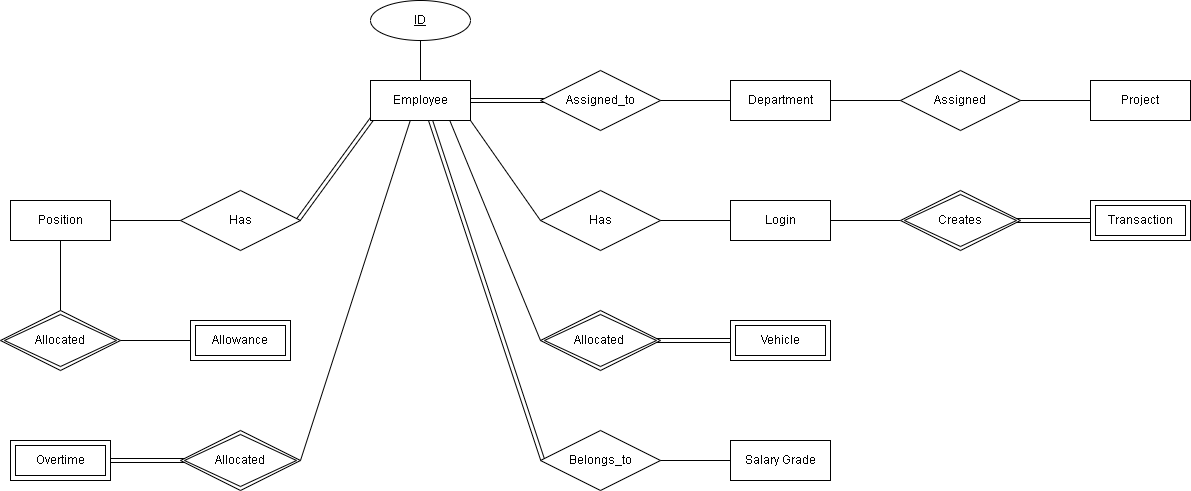
Earlier version of the draw.io export Phase 1/ERD.drawio.png (AhmedElkhashn/DB-project). Source tidied: cells renumbered, new cells last; positions are measured from the earlier drawing's top-left corner, leaving out a move shared by most shapes.
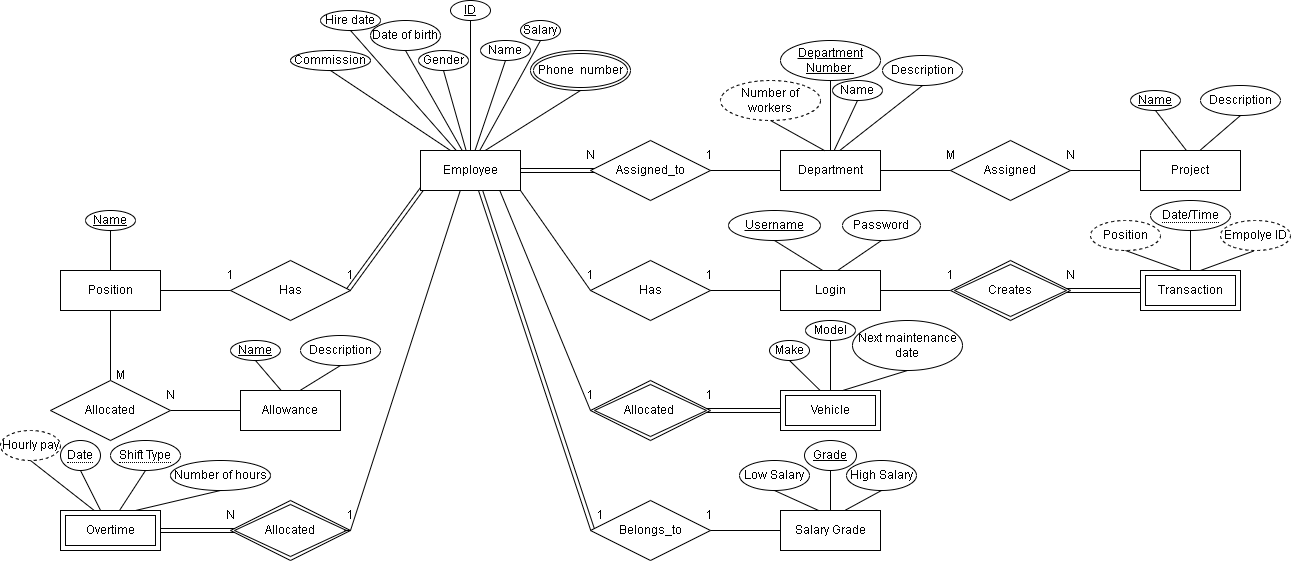
Above is the later version.

The edit, as a diff of the source:
```diff
@@ -27,3 +27,3 @@
     <mxCell id="8" value="ID" style="ellipse;whiteSpace=wrap;html=1;align=center;fontStyle=4;" parent="1" vertex="1">
-      <mxGeometry x="370" width="100" height="40" as="geometry" />
+      <mxGeometry x="400" y="-70" width="40" height="20" as="geometry" />
     </mxCell>
@@ -100,3 +100,3 @@
     </mxCell>
-    <mxCell id="31" style="endArrow=none;html=1;rounded=0;entryX=1;entryY=0.5;entryDx=0;entryDy=0;exitX=0.398;exitY=0.998;exitDx=0;exitDy=0;exitPerimeter=0;" parent="1" edge="1" source="7" target="30">
+    <mxCell id="31" style="endArrow=none;html=1;rounded=0;entryX=1;entryY=0.5;entryDx=0;entryDy=0;exitX=0.398;exitY=0.998;exitDx=0;exitDy=0;exitPerimeter=0;" parent="1" edge="1" source="118" target="30">
       <mxGeometry relative="1" as="geometry" />
@@ -109,5 +109,2 @@
     </mxCell>
-    <mxCell id="34" value="Allowance" style="shape=ext;margin=3;double=1;whiteSpace=wrap;html=1;align=center;" parent="1" vertex="1">
-      <mxGeometry x="190" y="320" width="100" height="40" as="geometry" />
-    </mxCell>
     <mxCell id="35" value="Position" style="whiteSpace=wrap;html=1;align=center;" parent="1" vertex="1">
@@ -115,5 +112,2 @@
     </mxCell>
-    <mxCell id="36" value="Allocated" style="shape=rhombus;double=1;perimeter=rhombusPerimeter;whiteSpace=wrap;html=1;align=center;" parent="1" vertex="1">
-      <mxGeometry y="310" width="120" height="60" as="geometry" />
-    </mxCell>
     <mxCell id="37" style="endArrow=none;html=1;rounded=0;exitX=0.984;exitY=0.483;exitDx=0;exitDy=0;shape=link;entryX=0.013;entryY=0.965;entryDx=0;entryDy=0;entryPerimeter=0;exitPerimeter=0;" parent="1" edge="1" source="33" target="7">
@@ -124,8 +118,268 @@
     </mxCell>
-    <mxCell id="39" style="endArrow=none;html=1;rounded=0;exitX=0.5;exitY=1;exitDx=0;exitDy=0;entryX=0.5;entryY=0;entryDx=0;entryDy=0;" parent="1" edge="1" source="35" target="36">
-      <mxGeometry relative="1" as="geometry" />
+    <mxCell id="39" style="endArrow=none;html=1;rounded=0;exitX=0.5;exitY=1;exitDx=0;exitDy=0;entryX=0.5;entryY=0;entryDx=0;entryDy=0;" parent="1" edge="1" source="35">
+      <mxGeometry relative="1" as="geometry">
+        <mxPoint x="60" y="310" as="targetPoint" />
+      </mxGeometry>
     </mxCell>
-    <mxCell id="40" style="endArrow=none;html=1;rounded=0;exitX=1;exitY=0.5;exitDx=0;exitDy=0;entryX=0;entryY=0.5;entryDx=0;entryDy=0;" parent="1" edge="1" source="36" target="34">
-      <mxGeometry relative="1" as="geometry" />
+    <mxCell id="40" style="endArrow=none;html=1;rounded=0;exitX=1;exitY=0.5;exitDx=0;exitDy=0;entryX=0;entryY=0.5;entryDx=0;entryDy=0;" parent="1" edge="1">
+      <mxGeometry relative="1" as="geometry">
+        <mxPoint x="120" y="340" as="sourcePoint" />
+        <mxPoint x="190" y="340" as="targetPoint" />
+      </mxGeometry>
     </mxCell>
+    <mxCell id="41" value="Name" style="ellipse;whiteSpace=wrap;html=1;align=center;" parent="1" vertex="1">
+      <mxGeometry x="430" y="-30" width="50" height="20" as="geometry" />
+    </mxCell>
+    <mxCell id="42" value="Hire date" style="ellipse;whiteSpace=wrap;html=1;align=center;" parent="1" vertex="1">
+      <mxGeometry x="270" y="-60" width="60" height="20" as="geometry" />
+    </mxCell>
+    <mxCell id="43" value="Date of birth" style="ellipse;whiteSpace=wrap;html=1;align=center;" parent="1" vertex="1">
+      <mxGeometry x="320" y="-50" width="70" height="30" as="geometry" />
+    </mxCell>
+    <mxCell id="44" value="Phone&amp;nbsp; number" style="ellipse;shape=doubleEllipse;margin=3;whiteSpace=wrap;html=1;align=center;" parent="1" vertex="1">
+      <mxGeometry x="480" y="-20" width="100" height="40" as="geometry" />
+    </mxCell>
+    <mxCell id="45" value="Gender" style="ellipse;whiteSpace=wrap;html=1;align=center;" parent="1" vertex="1">
+      <mxGeometry x="368" y="-20" width="50" height="20" as="geometry" />
+    </mxCell>
+    <mxCell id="46" value="Salary" style="ellipse;whiteSpace=wrap;html=1;align=center;" parent="1" vertex="1">
+      <mxGeometry x="470" y="-50" width="40" height="20" as="geometry" />
+    </mxCell>
+    <mxCell id="47" value="Commission" style="ellipse;whiteSpace=wrap;html=1;align=center;" parent="1" vertex="1">
+      <mxGeometry x="240" y="-20" width="80" height="20" as="geometry" />
+    </mxCell>
+    <mxCell id="48" style="endArrow=none;html=1;rounded=0;exitX=0.5;exitY=1;exitDx=0;exitDy=0;entryX=0.545;entryY=0.004;entryDx=0;entryDy=0;entryPerimeter=0;" parent="1" edge="1" source="41" target="7">
+      <mxGeometry relative="1" as="geometry" />
+    </mxCell>
+    <mxCell id="49" style="endArrow=none;html=1;rounded=0;exitX=0.5;exitY=1;exitDx=0;exitDy=0;entryX=0.592;entryY=0.003;entryDx=0;entryDy=0;entryPerimeter=0;" parent="1" edge="1" source="46" target="7">
+      <mxGeometry relative="1" as="geometry" />
+    </mxCell>
+    <mxCell id="50" style="endArrow=none;html=1;rounded=0;exitX=0.5;exitY=1;exitDx=0;exitDy=0;entryX=0.415;entryY=-0.008;entryDx=0;entryDy=0;entryPerimeter=0;" parent="1" edge="1" source="43" target="7">
+      <mxGeometry relative="1" as="geometry" />
+    </mxCell>
+    <mxCell id="51" style="endArrow=none;html=1;rounded=0;exitX=0.5;exitY=1;exitDx=0;exitDy=0;entryX=0.455;entryY=-0.008;entryDx=0;entryDy=0;entryPerimeter=0;" parent="1" edge="1" source="45" target="7">
+      <mxGeometry relative="1" as="geometry" />
+    </mxCell>
+    <mxCell id="52" style="endArrow=none;html=1;rounded=0;exitX=0.652;exitY=-0.008;exitDx=0;exitDy=0;exitPerimeter=0;entryX=0.5;entryY=1;entryDx=0;entryDy=0;" parent="1" edge="1" source="7" target="44">
+      <mxGeometry relative="1" as="geometry" />
+    </mxCell>
+    <mxCell id="53" style="endArrow=none;html=1;rounded=0;exitX=0.5;exitY=1;exitDx=0;exitDy=0;entryX=0.355;entryY=-0.008;entryDx=0;entryDy=0;entryPerimeter=0;" parent="1" edge="1" source="42" target="7">
+      <mxGeometry relative="1" as="geometry" />
+    </mxCell>
+    <mxCell id="54" style="endArrow=none;html=1;rounded=0;exitX=0.5;exitY=1;exitDx=0;exitDy=0;entryX=0.3;entryY=0;entryDx=0;entryDy=0;entryPerimeter=0;" parent="1" edge="1" source="47" target="7">
+      <mxGeometry relative="1" as="geometry" />
+    </mxCell>
+    <mxCell id="55" value="Department Number&amp;nbsp;" style="ellipse;whiteSpace=wrap;html=1;align=center;fontStyle=4;" parent="1" vertex="1">
+      <mxGeometry x="730" y="-30" width="100" height="40" as="geometry" />
+    </mxCell>
+    <mxCell id="56" style="endArrow=none;html=1;rounded=0;entryX=0.5;entryY=1;entryDx=0;entryDy=0;exitX=0.5;exitY=0;exitDx=0;exitDy=0;" parent="1" edge="1" source="12" target="55">
+      <mxGeometry relative="1" as="geometry" />
+    </mxCell>
+    <mxCell id="57" value="Description" style="ellipse;whiteSpace=wrap;html=1;align=center;" parent="1" vertex="1">
+      <mxGeometry x="832" y="-15" width="80" height="30" as="geometry" />
+    </mxCell>
+    <mxCell id="58" value="Name" style="ellipse;whiteSpace=wrap;html=1;align=center;" parent="1" vertex="1">
+      <mxGeometry x="782" y="10" width="50" height="20" as="geometry" />
+    </mxCell>
+    <mxCell id="59" value="Number of workers" style="ellipse;whiteSpace=wrap;html=1;align=center;dashed=1;" parent="1" vertex="1">
+      <mxGeometry x="670" y="10" width="100" height="40" as="geometry" />
+    </mxCell>
+    <mxCell id="60" style="endArrow=none;html=1;rounded=0;exitX=0.5;exitY=1;exitDx=0;exitDy=0;entryX=0.442;entryY=0.004;entryDx=0;entryDy=0;entryPerimeter=0;" parent="1" edge="1" source="59" target="12">
+      <mxGeometry relative="1" as="geometry" />
+    </mxCell>
+    <mxCell id="61" style="endArrow=none;html=1;rounded=0;entryX=0.5;entryY=1;entryDx=0;entryDy=0;exitX=0.536;exitY=0.004;exitDx=0;exitDy=0;exitPerimeter=0;" parent="1" edge="1" source="12" target="58">
+      <mxGeometry relative="1" as="geometry" />
+    </mxCell>
+    <mxCell id="62" style="endArrow=none;html=1;rounded=0;entryX=0.5;entryY=1;entryDx=0;entryDy=0;exitX=0.594;exitY=-0.003;exitDx=0;exitDy=0;exitPerimeter=0;" parent="1" edge="1" source="12" target="57">
+      <mxGeometry relative="1" as="geometry" />
+    </mxCell>
+    <mxCell id="63" value="Name" style="ellipse;whiteSpace=wrap;html=1;align=center;fontStyle=4;" parent="1" vertex="1">
+      <mxGeometry x="1080" y="20" width="50" height="20" as="geometry" />
+    </mxCell>
+    <mxCell id="64" value="Description" style="ellipse;whiteSpace=wrap;html=1;align=center;" parent="1" vertex="1">
+      <mxGeometry x="1150" y="15" width="80" height="30" as="geometry" />
+    </mxCell>
+    <mxCell id="65" style="endArrow=none;html=1;rounded=0;exitX=0.5;exitY=1;exitDx=0;exitDy=0;entryX=0.456;entryY=-0.01;entryDx=0;entryDy=0;entryPerimeter=0;" parent="1" edge="1" source="63" target="16">
+      <mxGeometry relative="1" as="geometry" />
+    </mxCell>
+    <mxCell id="66" style="endArrow=none;html=1;rounded=0;exitX=0.5;exitY=1;exitDx=0;exitDy=0;entryX=0.593;entryY=0.001;entryDx=0;entryDy=0;entryPerimeter=0;" parent="1" edge="1" source="64" target="16">
+      <mxGeometry relative="1" as="geometry" />
+    </mxCell>
+    <mxCell id="67" value="Password" style="ellipse;whiteSpace=wrap;html=1;align=center;" parent="1" vertex="1">
+      <mxGeometry x="792" y="140" width="78" height="30" as="geometry" />
+    </mxCell>
+    <mxCell id="68" value="Username" style="ellipse;whiteSpace=wrap;html=1;align=center;fontStyle=4;" parent="1" vertex="1">
+      <mxGeometry x="678" y="140" width="92" height="30" as="geometry" />
+    </mxCell>
+    <mxCell id="69" style="endArrow=none;html=1;rounded=0;exitX=0.5;exitY=1;exitDx=0;exitDy=0;entryX=0.417;entryY=-0.008;entryDx=0;entryDy=0;entryPerimeter=0;" parent="1" edge="1" source="68" target="19">
+      <mxGeometry relative="1" as="geometry" />
+    </mxCell>
+    <mxCell id="70" style="endArrow=none;html=1;rounded=0;entryX=0.5;entryY=1;entryDx=0;entryDy=0;exitX=0.572;exitY=-0.001;exitDx=0;exitDy=0;exitPerimeter=0;" parent="1" edge="1" source="19" target="67">
+      <mxGeometry relative="1" as="geometry" />
+    </mxCell>
+    <mxCell id="71" value="Grade" style="ellipse;whiteSpace=wrap;html=1;align=center;fontStyle=4;" parent="1" vertex="1">
+      <mxGeometry x="754" y="370" width="52" height="30" as="geometry" />
+    </mxCell>
+    <mxCell id="72" style="endArrow=none;html=1;rounded=0;exitX=0.5;exitY=1;exitDx=0;exitDy=0;entryX=0.5;entryY=0;entryDx=0;entryDy=0;" parent="1" edge="1" source="71" target="27">
+      <mxGeometry relative="1" as="geometry" />
+    </mxCell>
+    <mxCell id="73" value="High Salary" style="ellipse;whiteSpace=wrap;html=1;align=center;" parent="1" vertex="1">
+      <mxGeometry x="796" y="390" width="70" height="30" as="geometry" />
+    </mxCell>
+    <mxCell id="74" value="Low Salary" style="ellipse;whiteSpace=wrap;html=1;align=center;" parent="1" vertex="1">
+      <mxGeometry x="689" y="390" width="70" height="30" as="geometry" />
+    </mxCell>
+    <mxCell id="75" style="endArrow=none;html=1;rounded=0;exitX=0.5;exitY=1;exitDx=0;exitDy=0;entryX=0.383;entryY=0.002;entryDx=0;entryDy=0;entryPerimeter=0;" parent="1" edge="1" source="74" target="27">
+      <mxGeometry relative="1" as="geometry" />
+    </mxCell>
+    <mxCell id="76" style="endArrow=none;html=1;rounded=0;exitX=0.5;exitY=1;exitDx=0;exitDy=0;entryX=0.641;entryY=0.002;entryDx=0;entryDy=0;entryPerimeter=0;" parent="1" edge="1" source="73" target="27">
+      <mxGeometry relative="1" as="geometry" />
+    </mxCell>
+    <mxCell id="77" value="Make" style="ellipse;whiteSpace=wrap;html=1;align=center;" parent="1" vertex="1">
+      <mxGeometry x="719" y="270" width="40" height="20" as="geometry" />
+    </mxCell>
+    <mxCell id="78" value="Model" style="ellipse;whiteSpace=wrap;html=1;align=center;" parent="1" vertex="1">
+      <mxGeometry x="755" y="250" width="50" height="20" as="geometry" />
+    </mxCell>
+    <mxCell id="79" value="Next maintenance date" style="ellipse;whiteSpace=wrap;html=1;align=center;" parent="1" vertex="1">
+      <mxGeometry x="802" y="250" width="110" height="50" as="geometry" />
+    </mxCell>
+    <mxCell id="80" style="endArrow=none;html=1;rounded=0;exitX=0.5;exitY=1;exitDx=0;exitDy=0;entryX=0.5;entryY=0;entryDx=0;entryDy=0;" parent="1" edge="1" source="78" target="24">
+      <mxGeometry relative="1" as="geometry" />
+    </mxCell>
+    <mxCell id="81" style="endArrow=none;html=1;rounded=0;exitX=0.5;exitY=1;exitDx=0;exitDy=0;entryX=0.394;entryY=-0.007;entryDx=0;entryDy=0;entryPerimeter=0;" parent="1" edge="1" source="77" target="24">
+      <mxGeometry relative="1" as="geometry" />
+    </mxCell>
+    <mxCell id="82" style="endArrow=none;html=1;rounded=0;exitX=0.5;exitY=1;exitDx=0;exitDy=0;entryX=0.619;entryY=0.002;entryDx=0;entryDy=0;entryPerimeter=0;" parent="1" edge="1" source="79" target="24">
+      <mxGeometry relative="1" as="geometry" />
+    </mxCell>
+    <mxCell id="83" value="Empolye ID" style="ellipse;whiteSpace=wrap;html=1;align=center;dashed=1;" parent="1" vertex="1">
+      <mxGeometry x="1170" y="150" width="70" height="30" as="geometry" />
+    </mxCell>
+    <mxCell id="84" value="Position" style="ellipse;whiteSpace=wrap;html=1;align=center;dashed=1;" parent="1" vertex="1">
+      <mxGeometry x="1040" y="150" width="70" height="30" as="geometry" />
+    </mxCell>
+    <mxCell id="85" value="&lt;span style=&quot;border-bottom: 1px dotted&quot;&gt;Date/Time&lt;/span&gt;" style="ellipse;whiteSpace=wrap;html=1;align=center;" parent="1" vertex="1">
+      <mxGeometry x="1100" y="130" width="80" height="30" as="geometry" />
+    </mxCell>
+    <mxCell id="86" style="endArrow=none;html=1;rounded=0;exitX=0.5;exitY=1;exitDx=0;exitDy=0;" parent="1" edge="1" source="85">
+      <mxGeometry relative="1" as="geometry">
+        <mxPoint x="1140" y="200" as="targetPoint" />
+      </mxGeometry>
+    </mxCell>
+    <mxCell id="87" style="endArrow=none;html=1;rounded=0;exitX=0.5;exitY=1;exitDx=0;exitDy=0;entryX=0.402;entryY=0;entryDx=0;entryDy=0;entryPerimeter=0;" parent="1" edge="1" source="84" target="22">
+      <mxGeometry relative="1" as="geometry" />
+    </mxCell>
+    <mxCell id="88" style="endArrow=none;html=1;rounded=0;exitX=0.471;exitY=1.02;exitDx=0;exitDy=0;exitPerimeter=0;entryX=0.599;entryY=0;entryDx=0;entryDy=0;entryPerimeter=0;" parent="1" edge="1" source="83" target="22">
+      <mxGeometry relative="1" as="geometry" />
+    </mxCell>
+    <mxCell id="89" value="Name" style="ellipse;whiteSpace=wrap;html=1;align=center;fontStyle=4;" parent="1" vertex="1">
+      <mxGeometry x="35" y="140" width="50" height="20" as="geometry" />
+    </mxCell>
+    <mxCell id="90" style="endArrow=none;html=1;rounded=0;exitX=0.5;exitY=1;exitDx=0;exitDy=0;entryX=0.5;entryY=0;entryDx=0;entryDy=0;" parent="1" edge="1" source="89" target="35">
+      <mxGeometry relative="1" as="geometry" />
+    </mxCell>
+    <mxCell id="91" value="Name" style="ellipse;whiteSpace=wrap;html=1;align=center;fontStyle=4;" parent="1" vertex="1">
+      <mxGeometry x="180" y="270" width="50" height="20" as="geometry" />
+    </mxCell>
+    <mxCell id="92" value="Description" style="ellipse;whiteSpace=wrap;html=1;align=center;" parent="1" vertex="1">
+      <mxGeometry x="250" y="265" width="80" height="30" as="geometry" />
+    </mxCell>
+    <mxCell id="93" style="endArrow=none;html=1;rounded=0;exitX=0.405;exitY=-0.005;exitDx=0;exitDy=0;exitPerimeter=0;entryX=0.5;entryY=1;entryDx=0;entryDy=0;" parent="1" edge="1" target="91">
+      <mxGeometry relative="1" as="geometry">
+        <mxPoint x="230.5" y="319.8" as="sourcePoint" />
+      </mxGeometry>
+    </mxCell>
+    <mxCell id="94" style="endArrow=none;html=1;rounded=0;exitX=0.598;exitY=-0.005;exitDx=0;exitDy=0;exitPerimeter=0;entryX=0.5;entryY=1;entryDx=0;entryDy=0;" parent="1" edge="1" target="92">
+      <mxGeometry relative="1" as="geometry">
+        <mxPoint x="249.8" y="319.8" as="sourcePoint" />
+      </mxGeometry>
+    </mxCell>
+    <mxCell id="95" value="&lt;span style=&quot;border-bottom: 1px dotted&quot;&gt;Shift Type&lt;/span&gt;" style="ellipse;whiteSpace=wrap;html=1;align=center;" parent="1" vertex="1">
+      <mxGeometry x="60" y="370" width="70" height="30" as="geometry" />
+    </mxCell>
+    <mxCell id="96" value="&lt;span style=&quot;border-bottom: 1px dotted&quot;&gt;Date&lt;/span&gt;" style="ellipse;whiteSpace=wrap;html=1;align=center;" parent="1" vertex="1">
+      <mxGeometry x="10" y="370" width="40" height="30" as="geometry" />
+    </mxCell>
+    <mxCell id="97" value="Hourly pay" style="ellipse;whiteSpace=wrap;html=1;align=center;dashed=1;" parent="1" vertex="1">
+      <mxGeometry x="-50" y="360" width="60" height="30" as="geometry" />
+    </mxCell>
+    <mxCell id="98" value="Number of hours" style="ellipse;whiteSpace=wrap;html=1;align=center;" parent="1" vertex="1">
+      <mxGeometry x="120" y="390" width="100" height="30" as="geometry" />
+    </mxCell>
+    <mxCell id="99" style="endArrow=none;html=1;rounded=0;exitX=0.5;exitY=1;exitDx=0;exitDy=0;entryX=0.4;entryY=-0.004;entryDx=0;entryDy=0;entryPerimeter=0;" parent="1" edge="1" source="96" target="32">
+      <mxGeometry relative="1" as="geometry" />
+    </mxCell>
+    <mxCell id="100" style="endArrow=none;html=1;rounded=0;exitX=0.5;exitY=1;exitDx=0;exitDy=0;entryX=0.34;entryY=0.005;entryDx=0;entryDy=0;entryPerimeter=0;" parent="1" edge="1" source="97" target="32">
+      <mxGeometry relative="1" as="geometry" />
+    </mxCell>
+    <mxCell id="101" style="endArrow=none;html=1;rounded=0;entryX=0.5;entryY=1;entryDx=0;entryDy=0;exitX=0.59;exitY=0;exitDx=0;exitDy=0;exitPerimeter=0;" parent="1" edge="1" source="32" target="95">
+      <mxGeometry relative="1" as="geometry" />
+    </mxCell>
+    <mxCell id="102" style="endArrow=none;html=1;rounded=0;exitX=0.5;exitY=1;exitDx=0;exitDy=0;entryX=0.75;entryY=0;entryDx=0;entryDy=0;" parent="1" edge="1" source="98" target="32">
+      <mxGeometry relative="1" as="geometry" />
+    </mxCell>
+    <mxCell id="103" value="N" style="text;html=1;strokeColor=none;fillColor=none;align=center;verticalAlign=middle;whiteSpace=wrap;rounded=0;" parent="1" vertex="1">
+      <mxGeometry x="510" y="70" width="60" height="30" as="geometry" />
+    </mxCell>
+    <mxCell id="104" value="1" style="text;html=1;strokeColor=none;fillColor=none;align=center;verticalAlign=middle;whiteSpace=wrap;rounded=0;" parent="1" vertex="1">
+      <mxGeometry x="629" y="70" width="60" height="30" as="geometry" />
+    </mxCell>
+    <mxCell id="105" value="N" style="text;html=1;strokeColor=none;fillColor=none;align=center;verticalAlign=middle;whiteSpace=wrap;rounded=0;" parent="1" vertex="1">
+      <mxGeometry x="990" y="70" width="60" height="30" as="geometry" />
+    </mxCell>
+    <mxCell id="106" value="M" style="text;html=1;strokeColor=none;fillColor=none;align=center;verticalAlign=middle;whiteSpace=wrap;rounded=0;" parent="1" vertex="1">
+      <mxGeometry x="870" y="70" width="60" height="30" as="geometry" />
+    </mxCell>
+    <mxCell id="107" value="1" style="text;html=1;strokeColor=none;fillColor=none;align=center;verticalAlign=middle;whiteSpace=wrap;rounded=0;" parent="1" vertex="1">
+      <mxGeometry x="510" y="310" width="60" height="30" as="geometry" />
+    </mxCell>
+    <mxCell id="108" value="1" style="text;html=1;strokeColor=none;fillColor=none;align=center;verticalAlign=middle;whiteSpace=wrap;rounded=0;" parent="1" vertex="1">
+      <mxGeometry x="629" y="190" width="60" height="30" as="geometry" />
+    </mxCell>
+    <mxCell id="109" value="1" style="text;html=1;strokeColor=none;fillColor=none;align=center;verticalAlign=middle;whiteSpace=wrap;rounded=0;" parent="1" vertex="1">
+      <mxGeometry x="870" y="190" width="60" height="30" as="geometry" />
+    </mxCell>
+    <mxCell id="110" value="N" style="text;html=1;strokeColor=none;fillColor=none;align=center;verticalAlign=middle;whiteSpace=wrap;rounded=0;" parent="1" vertex="1">
+      <mxGeometry x="990" y="190" width="60" height="30" as="geometry" />
+    </mxCell>
+    <mxCell id="111" value="1" style="text;html=1;strokeColor=none;fillColor=none;align=center;verticalAlign=middle;whiteSpace=wrap;rounded=0;" parent="1" vertex="1">
+      <mxGeometry x="510" y="190" width="60" height="30" as="geometry" />
+    </mxCell>
+    <mxCell id="112" value="1" style="text;html=1;strokeColor=none;fillColor=none;align=center;verticalAlign=middle;whiteSpace=wrap;rounded=0;" parent="1" vertex="1">
+      <mxGeometry x="629" y="310" width="60" height="30" as="geometry" />
+    </mxCell>
+    <mxCell id="113" value="1" style="text;html=1;strokeColor=none;fillColor=none;align=center;verticalAlign=middle;whiteSpace=wrap;rounded=0;" parent="1" vertex="1">
+      <mxGeometry x="629" y="430" width="60" height="30" as="geometry" />
+    </mxCell>
+    <mxCell id="114" value="1" style="text;html=1;strokeColor=none;fillColor=none;align=center;verticalAlign=middle;whiteSpace=wrap;rounded=0;" parent="1" vertex="1">
+      <mxGeometry x="520" y="430" width="60" height="30" as="geometry" />
+    </mxCell>
+    <mxCell id="115" value="1" style="text;html=1;strokeColor=none;fillColor=none;align=center;verticalAlign=middle;whiteSpace=wrap;rounded=0;" parent="1" vertex="1">
+      <mxGeometry x="270" y="190" width="60" height="30" as="geometry" />
+    </mxCell>
+    <mxCell id="116" value="1" style="text;html=1;strokeColor=none;fillColor=none;align=center;verticalAlign=middle;whiteSpace=wrap;rounded=0;" parent="1" vertex="1">
+      <mxGeometry x="150" y="190" width="60" height="30" as="geometry" />
+    </mxCell>
+    <mxCell id="117" style="endArrow=none;html=1;rounded=0;entryX=1;entryY=0.5;entryDx=0;entryDy=0;exitX=0.398;exitY=0.998;exitDx=0;exitDy=0;exitPerimeter=0;" parent="1" edge="1" source="7" target="30">
+      <mxGeometry relative="1" as="geometry" />
+    </mxCell>
+    <mxCell id="118" value="1" style="text;html=1;strokeColor=none;fillColor=none;align=center;verticalAlign=middle;whiteSpace=wrap;rounded=0;" parent="1" vertex="1">
+      <mxGeometry x="270" y="430" width="60" height="30" as="geometry" />
+    </mxCell>
+    <mxCell id="119" value="N" style="text;html=1;strokeColor=none;fillColor=none;align=center;verticalAlign=middle;whiteSpace=wrap;rounded=0;" parent="1" vertex="1">
+      <mxGeometry x="150" y="430" width="60" height="30" as="geometry" />
+    </mxCell>
+    <mxCell id="120" value="N" style="text;html=1;strokeColor=none;fillColor=none;align=center;verticalAlign=middle;whiteSpace=wrap;rounded=0;" parent="1" vertex="1">
+      <mxGeometry x="90" y="310" width="60" height="30" as="geometry" />
+    </mxCell>
+    <mxCell id="121" value="M" style="text;html=1;strokeColor=none;fillColor=none;align=center;verticalAlign=middle;whiteSpace=wrap;rounded=0;" parent="1" vertex="1">
+      <mxGeometry x="40" y="290" width="60" height="30" as="geometry" />
+    </mxCell>
+    <mxCell id="36" value="Allocated" style="shape=rhombus;perimeter=rhombusPerimeter;whiteSpace=wrap;html=1;align=center;" parent="1" vertex="1">
+      <mxGeometry y="310" width="120" height="60" as="geometry" />
+    </mxCell>
+    <mxCell id="34" value="Allowance" style="whiteSpace=wrap;html=1;align=center;" parent="1" vertex="1">
+      <mxGeometry x="190" y="320" width="100" height="40" as="geometry" />
+    </mxCell>
   </root>
```
